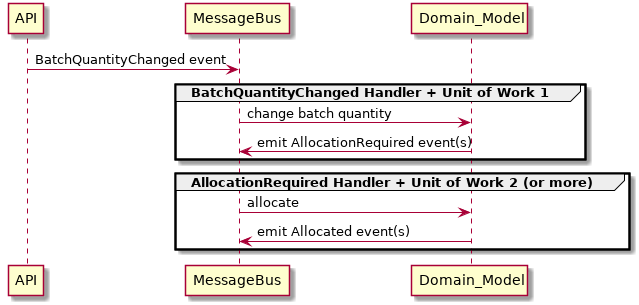
This is images/reallocation_sequence_diagram.png from cosmicpython/book, a PlantUML export, as it was before one commit.
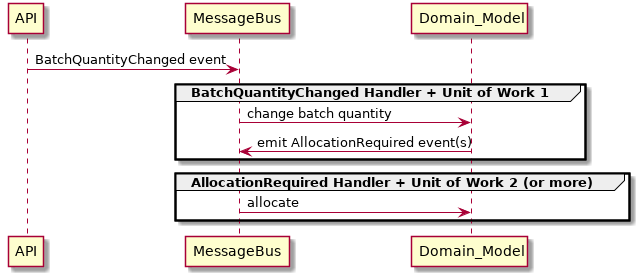
The same file after the commit.

Commit message:
start on message-processor diagram for chapter 10

Change to the diagram source:
```diff
@@ -9,7 +9,6 @@
 
 group AllocationRequired Handler + Unit of Work 2 (or more)
     MessageBus -> Domain_Model : allocate
-    Domain_Model -> MessageBus : emit Allocated event(s)
 end
 
 @enduml
```
